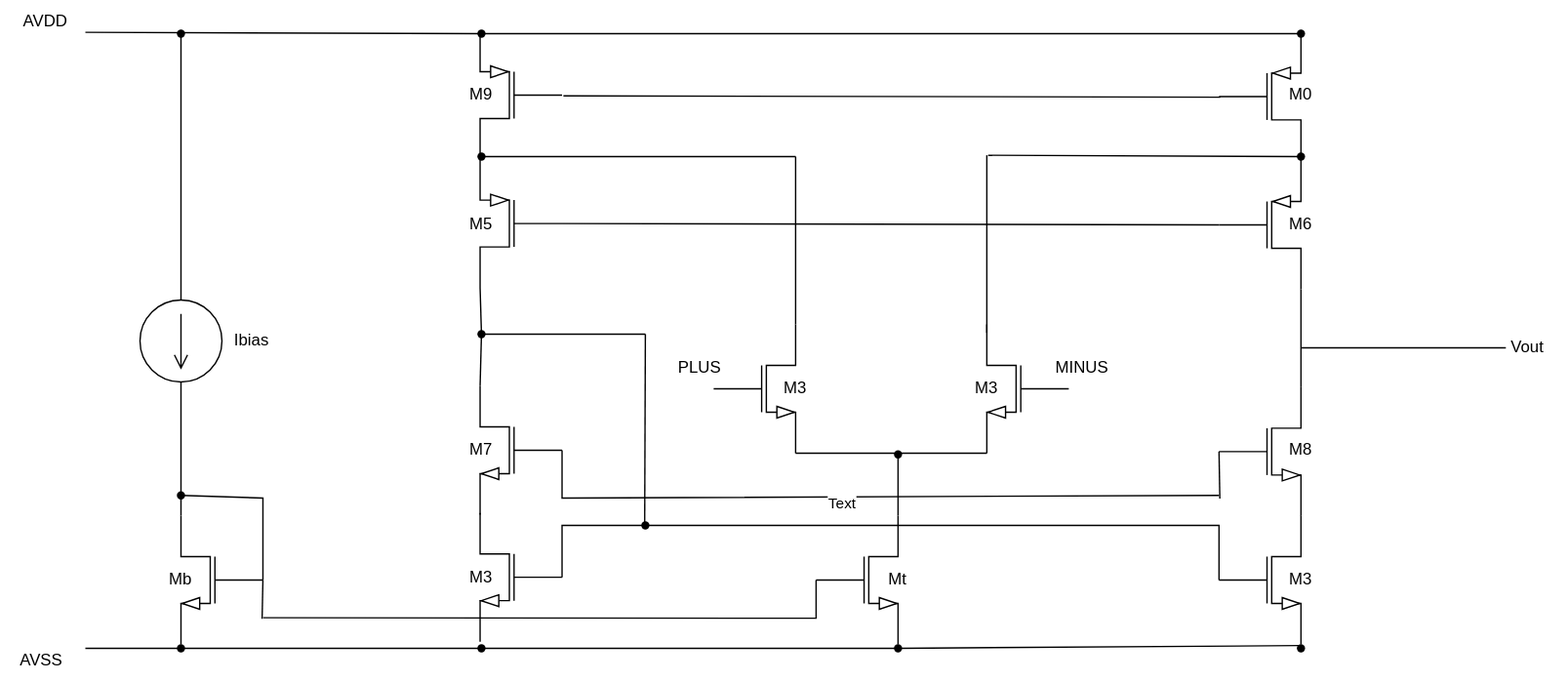
Earlier version of the draw.io export figures/_fig_foldedcascode_diagram.svg (ptoyni/thesis_hp). Source tidied: cells renumbered, new cells last; positions are measured from the earlier drawing's top-left corner, leaving out a move shared by most shapes.
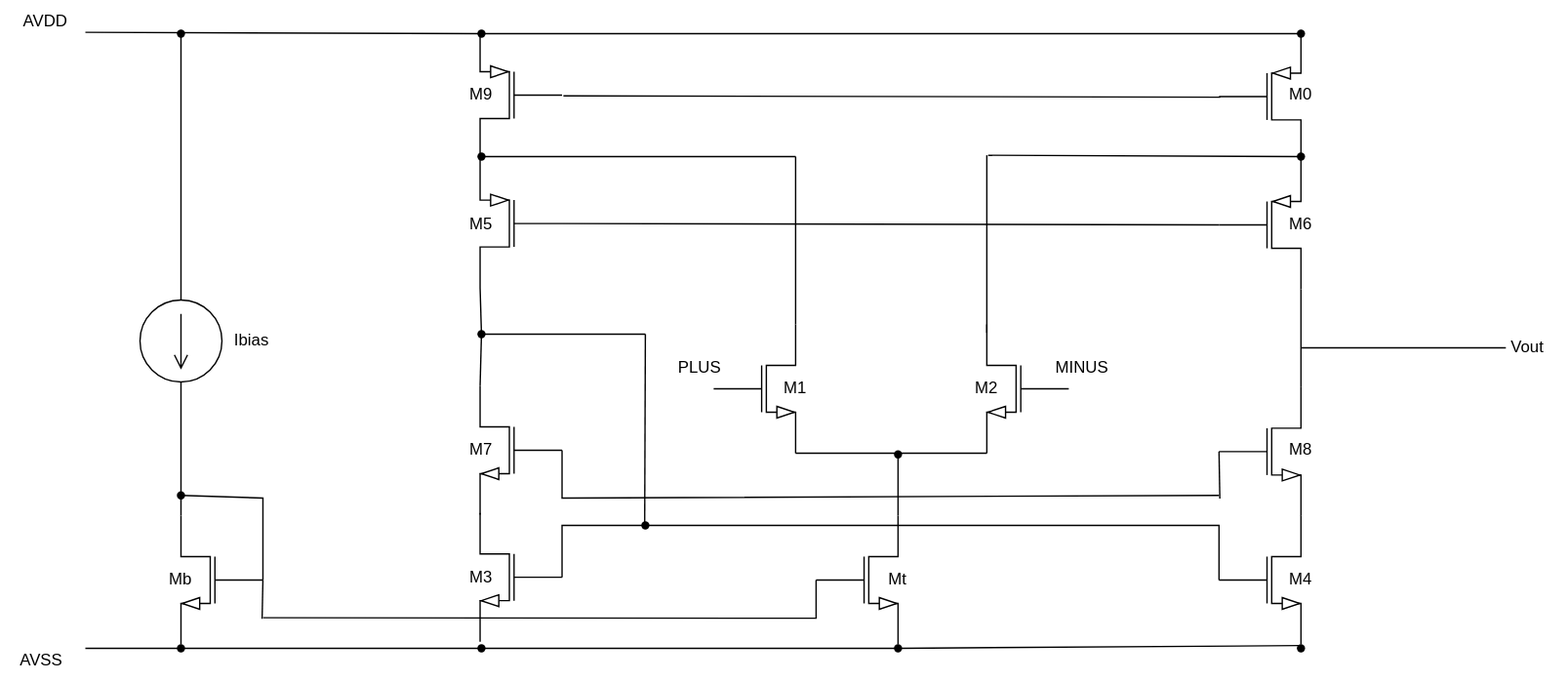
After the commit.

The edit, as a diff of the source:
```diff
@@ -90,9 +90,6 @@
         </Array>
       </mxGeometry>
     </mxCell>
-    <mxCell id="26" value="Text" style="edgeLabel;html=1;align=center;verticalAlign=middle;" parent="25" vertex="1">
-      <mxGeometry x="0.07" y="4" relative="1" as="geometry" />
-    </mxCell>
     <mxCell id="27" style="endArrow=none;html=1;rounded=0;exitX=0.01;exitY=0.865;exitDx=0;exitDy=0;exitPerimeter=0;entryX=0;entryY=0.5;entryDx=0;entryDy=0;entryPerimeter=0;" parent="1" edge="1" source="9" target="9">
       <mxGeometry relative="1" as="geometry" />
     </mxCell>
@@ -201,16 +198,16 @@
     <mxCell id="52" value="M8" style="text;html=1;align=center;verticalAlign=middle;whiteSpace=wrap;rounded=0;" parent="1" vertex="1">
       <mxGeometry x="922" y="314" width="60" height="30" as="geometry" />
     </mxCell>
-    <mxCell id="53" value="M3" style="text;html=1;align=center;verticalAlign=middle;whiteSpace=wrap;rounded=0;" parent="1" vertex="1">
+    <mxCell id="53" value="M4" style="text;html=1;align=center;verticalAlign=middle;whiteSpace=wrap;rounded=0;" parent="1" vertex="1">
       <mxGeometry x="922" y="409" width="60" height="30" as="geometry" />
     </mxCell>
     <mxCell id="54" value="Mt&lt;span style=&quot;color: rgba(0, 0, 0, 0); font-family: monospace; font-size: 0px; text-align: start; text-wrap-mode: nowrap;&quot;&gt;%3CmxGraphModel%3E%3Croot%3E%3CmxCell%20id%3D%220%22%2F%3E%3CmxCell%20id%3D%221%22%20parent%3D%220%22%2F%3E%3CmxCell%20id%3D%222%22%20value%3D%22M3%22%20style%3D%22text%3Bhtml%3D1%3Balign%3Dcenter%3BverticalAlign%3Dmiddle%3BwhiteSpace%3Dwrap%3Brounded%3D0%3B%22%20vertex%3D%221%22%20parent%3D%221%22%3E%3CmxGeometry%20x%3D%22140%22%20y%3D%22523%22%20width%3D%2260%22%20height%3D%2230%22%20as%3D%22geometry%22%2F%3E%3C%2FmxCell%3E%3C%2Froot%3E%3C%2FmxGraphModel%3E&lt;/span&gt;" style="text;html=1;align=center;verticalAlign=middle;whiteSpace=wrap;rounded=0;" parent="1" vertex="1">
       <mxGeometry x="627" y="409" width="60" height="30" as="geometry" />
     </mxCell>
-    <mxCell id="55" value="M3" style="text;html=1;align=center;verticalAlign=middle;whiteSpace=wrap;rounded=0;" parent="1" vertex="1">
+    <mxCell id="55" value="M1" style="text;html=1;align=center;verticalAlign=middle;whiteSpace=wrap;rounded=0;" parent="1" vertex="1">
       <mxGeometry x="552" y="269" width="60" height="30" as="geometry" />
     </mxCell>
-    <mxCell id="56" value="M3" style="text;html=1;align=center;verticalAlign=middle;whiteSpace=wrap;rounded=0;" parent="1" vertex="1">
+    <mxCell id="56" value="M2" style="text;html=1;align=center;verticalAlign=middle;whiteSpace=wrap;rounded=0;" parent="1" vertex="1">
       <mxGeometry x="692" y="269" width="60" height="30" as="geometry" />
     </mxCell>
     <mxCell id="57" value="Mb" style="text;html=1;align=center;verticalAlign=middle;whiteSpace=wrap;rounded=0;" parent="1" vertex="1">
```
